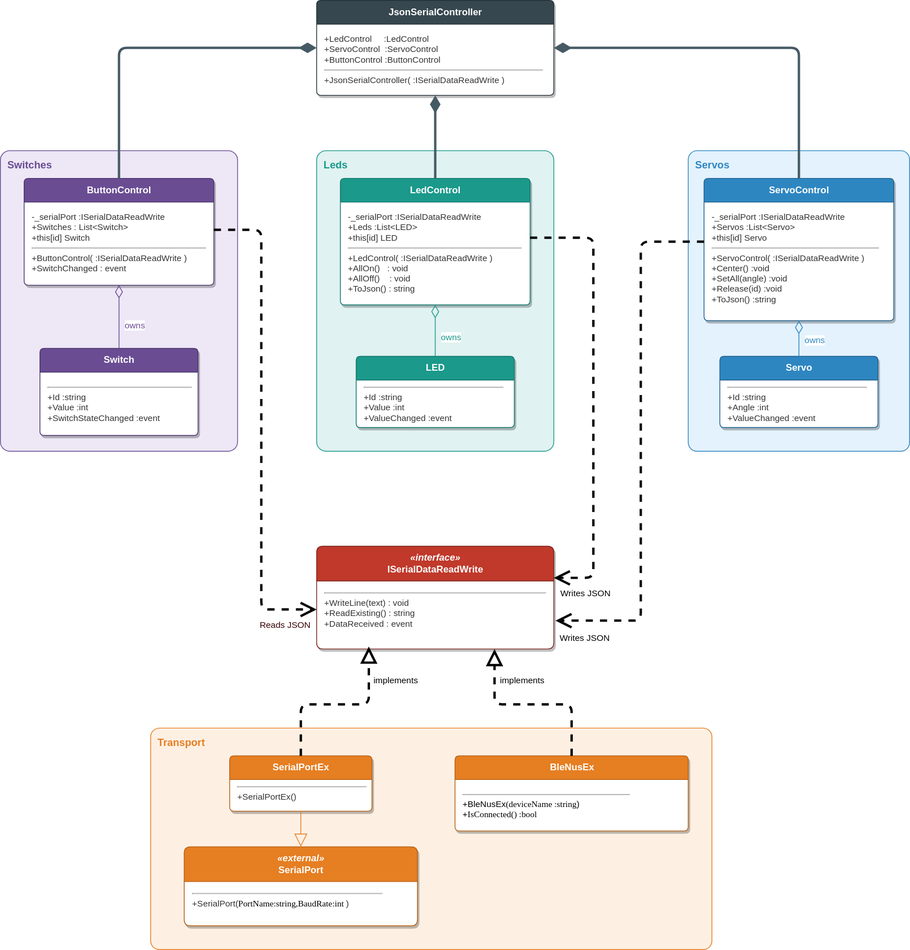
Above: SerialLedBtnLibEx/Images/ClassDiagram.svg in rlangoy/PB1151vSnippets (draw.io), before the change. Source tidied: cells renumbered, new cells last; positions are measured from the earlier drawing's top-left corner, leaving out a move shared by most shapes.
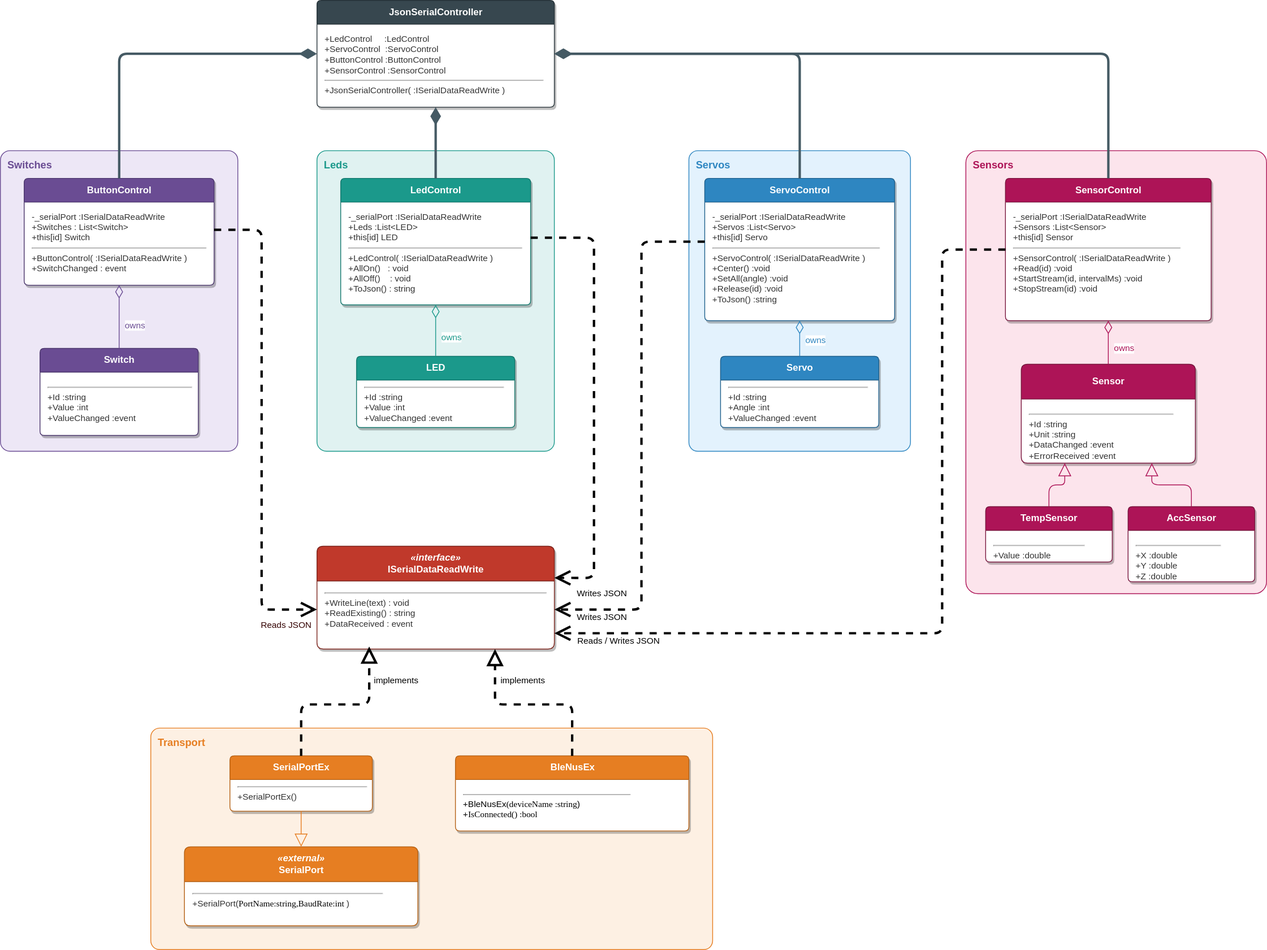
The same diagram one commit later.

Commit message:
Rename sensor event to DataChanged and fix serial receive data loss

What changed in the source:
```diff
@@ -15,10 +15,10 @@
       <mxGeometry x="190" y="920" width="710" height="280" as="geometry" />
     </mxCell>
     <mxCell id="6" value="JsonSerialController" style="swimlane;rounded=1;arcSize=6;html=1;startSize=30;fillColor=#37474F;strokeColor=#263238;fontColor=#ffffff;fontStyle=1;fontSize=12;align=center;verticalAlign=middle;swimlaneFillColor=#ffffff;shadow=1;" parent="1" vertex="1">
-      <mxGeometry x="400" width="300" height="120" as="geometry" />
+      <mxGeometry x="400" width="300" height="135" as="geometry" />
     </mxCell>
-    <mxCell id="7" value="+LedControl&amp;nbsp; &amp;nbsp; &amp;nbsp;:LedControl&lt;br&gt;+ServoControl&amp;nbsp; :ServoControl&lt;br&gt;+ButtonControl :ButtonControl&lt;hr size=&quot;&quot;&gt;+JsonSerialController( :ISerialDataReadWrite&amp;nbsp;)&amp;nbsp; &amp;nbsp; &amp;nbsp; &amp;nbsp; &amp;nbsp; &amp;nbsp; &amp;nbsp; &amp;nbsp;&amp;nbsp;" style="text;html=1;whiteSpace=wrap;align=left;verticalAlign=top;spacingLeft=8;spacingTop=6;spacingRight=6;fillColor=none;strokeColor=none;fontColor=#333333;fontSize=11;overflow=hidden;" parent="6" vertex="1">
-      <mxGeometry y="30" width="300" height="90" as="geometry" />
+    <mxCell id="7" value="+LedControl&amp;nbsp; &amp;nbsp; &amp;nbsp;:LedControl&lt;br&gt;+ServoControl&amp;nbsp; :ServoControl&lt;br&gt;+ButtonControl :ButtonControl&lt;br&gt;+SensorControl :SensorControl&lt;hr size=&quot;&quot;&gt;+JsonSerialController( :ISerialDataReadWrite&amp;nbsp;)&amp;nbsp; &amp;nbsp; &amp;nbsp; &amp;nbsp; &amp;nbsp; &amp;nbsp; &amp;nbsp; &amp;nbsp;&amp;nbsp;" style="text;html=1;whiteSpace=wrap;align=left;verticalAlign=top;spacingLeft=8;spacingTop=6;spacingRight=6;fillColor=none;strokeColor=none;fontColor=#333333;fontSize=11;overflow=hidden;" parent="6" vertex="1">
+      <mxGeometry y="30" width="300" height="105" as="geometry" />
     </mxCell>
     <mxCell id="8" value="ButtonControl" style="swimlane;rounded=1;arcSize=6;html=1;startSize=30;fillColor=#6A4C93;strokeColor=#4A356B;fontColor=#ffffff;fontStyle=1;fontSize=12;align=center;verticalAlign=middle;swimlaneFillColor=#ffffff;shadow=1;" parent="1" vertex="1">
       <mxGeometry x="30" y="225" width="240" height="135" as="geometry" />
@@ -29,7 +29,7 @@
     <mxCell id="10" value="Switch" style="swimlane;rounded=1;arcSize=6;html=1;startSize=30;fillColor=#6A4C93;strokeColor=#4A356B;fontColor=#ffffff;fontStyle=1;fontSize=12;align=center;verticalAlign=middle;swimlaneFillColor=#ffffff;shadow=1;" parent="1" vertex="1">
       <mxGeometry x="50" y="440" width="200" height="110" as="geometry" />
     </mxCell>
-    <mxCell id="11" value="&lt;hr&gt;+Id :string&amp;nbsp; &amp;nbsp; &amp;nbsp; &amp;nbsp; &amp;nbsp; &amp;nbsp; &amp;nbsp; &amp;nbsp; &amp;nbsp; &amp;nbsp; &amp;nbsp; &amp;nbsp; &amp;nbsp; &amp;nbsp; &amp;nbsp; &amp;nbsp; &amp;nbsp; &amp;nbsp; &amp;nbsp; &amp;nbsp; &amp;nbsp; &amp;nbsp;&amp;nbsp;&lt;br&gt;+Value :int&lt;br&gt;+SwitchStateChanged :event" style="text;html=1;whiteSpace=wrap;align=left;verticalAlign=top;spacingLeft=8;spacingTop=6;spacingRight=6;fillColor=none;strokeColor=none;fontColor=#333333;fontSize=11;overflow=hidden;" parent="10" vertex="1">
+    <mxCell id="11" value="&lt;hr&gt;+Id :string&amp;nbsp; &amp;nbsp; &amp;nbsp; &amp;nbsp; &amp;nbsp; &amp;nbsp; &amp;nbsp; &amp;nbsp; &amp;nbsp; &amp;nbsp; &amp;nbsp; &amp;nbsp; &amp;nbsp; &amp;nbsp; &amp;nbsp; &amp;nbsp; &amp;nbsp; &amp;nbsp; &amp;nbsp; &amp;nbsp; &amp;nbsp; &amp;nbsp;&amp;nbsp;&lt;br&gt;+Value :int&lt;br&gt;+ValueChanged&lt;span style=&quot;background-color: initial;&quot;&gt;&amp;nbsp;:event&lt;/span&gt;" style="text;html=1;whiteSpace=wrap;align=left;verticalAlign=top;spacingLeft=8;spacingTop=6;spacingRight=6;fillColor=none;strokeColor=none;fontColor=#333333;fontSize=11;overflow=hidden;" parent="10" vertex="1">
       <mxGeometry y="30" width="200" height="80" as="geometry" />
     </mxCell>
     <mxCell id="12" value="LedControl" style="swimlane;rounded=1;arcSize=6;html=1;startSize=30;fillColor=#1B998B;strokeColor=#12766B;fontColor=#ffffff;fontStyle=1;fontSize=12;align=center;verticalAlign=middle;swimlaneFillColor=#ffffff;shadow=1;" parent="1" vertex="1">
@@ -107,19 +107,20 @@
       </mxGeometry>
     </mxCell>
     <mxCell id="35" value="Writes JSON" style="endArrow=open;dashed=1;html=1;edgeStyle=orthogonalEdgeStyle;rounded=1;strokeColor=#000000;fontColor=#000000;fillColor=#76608a;strokeWidth=3;entryX=1;entryY=0.308;entryDx=0;entryDy=0;entryPerimeter=0;endSize=14;" parent="1" edge="1" source="12" target="26">
-      <mxGeometry x="0.86" y="20" relative="1" as="geometry">
+      <mxGeometry x="0.82" y="22" relative="1" as="geometry">
         <Array as="points">
           <mxPoint x="750" y="300" />
           <mxPoint x="750" y="730" />
         </Array>
+        <mxPoint x="10" y="-2" as="offset" />
       </mxGeometry>
     </mxCell>
-    <mxCell id="36" value="Writes JSON" style="endArrow=open;dashed=1;html=1;edgeStyle=orthogonalEdgeStyle;rounded=1;strokeColor=#050505;fontColor=#000000;strokeWidth=3;endSize=14;entryX=1.007;entryY=0.601;entryDx=0;entryDy=0;entryPerimeter=0;" parent="1" edge="1" source="16" target="27">
-      <mxGeometry x="0.89" y="22" relative="1" as="geometry">
+    <mxCell id="36" value="Writes JSON" style="endArrow=open;dashed=1;html=1;edgeStyle=orthogonalEdgeStyle;rounded=1;strokeColor=#050505;fontColor=#000000;strokeWidth=3;endSize=14;entryX=1;entryY=0.438;entryDx=0;entryDy=0;entryPerimeter=0;" parent="1" edge="1" source="16" target="27">
+      <mxGeometry x="0.82" y="10" relative="1" as="geometry">
         <Array as="points">
           <mxPoint x="810" y="305" />
-          <mxPoint x="810" y="784" />
-          <mxPoint x="702" y="784" />
+          <mxPoint x="810" y="770" />
+          <mxPoint x="700" y="770" />
         </Array>
       </mxGeometry>
     </mxCell>
@@ -142,5 +143,52 @@
     <mxCell id="39" style="endArrow=block;endFill=0;html=1;edgeStyle=orthogonalEdgeStyle;rounded=1;strokeColor=#E67E22;endSize=14;" parent="1" edge="1" source="20" target="22">
       <mxGeometry relative="1" as="geometry" />
     </mxCell>
+    <mxCell id="40" value="&amp;nbsp; Sensors" style="rounded=1;arcSize=4;html=1;verticalAlign=top;align=left;fontStyle=1;fontSize=13;fillColor=#FCE4EC;strokeColor=#AD1457;fontColor=#AD1457;dashed=0;spacingTop=4;" parent="1" vertex="1">
+      <mxGeometry x="1220" y="190" width="380" height="560" as="geometry" />
+    </mxCell>
+    <mxCell id="41" value="SensorControl" style="swimlane;rounded=1;arcSize=6;html=1;startSize=30;fillColor=#AD1457;strokeColor=#78173E;fontColor=#ffffff;fontStyle=1;fontSize=12;align=center;verticalAlign=middle;swimlaneFillColor=#ffffff;shadow=1;" parent="1" vertex="1">
+      <mxGeometry x="1270" y="225" width="260" height="180" as="geometry" />
+    </mxCell>
+    <mxCell id="42" value="-_serialPort :ISerialDataReadWrite&lt;br&gt;+Sensors :List&amp;lt;Sensor&amp;gt;&lt;br&gt;+this[id] Sensor&lt;hr size=&quot;&quot;&gt;+SensorControl( :ISerialDataReadWrite )&amp;nbsp; &amp;nbsp;&amp;nbsp;&lt;br&gt;+Read(id) :void&lt;br&gt;+StartStream(id, intervalMs) :void&lt;br&gt;+StopStream(id) :void&lt;br&gt;" style="text;html=1;whiteSpace=wrap;align=left;verticalAlign=top;spacingLeft=8;spacingTop=6;spacingRight=6;fillColor=none;strokeColor=none;fontColor=#333333;fontSize=11;overflow=hidden;" parent="41" vertex="1">
+      <mxGeometry y="30" width="260" height="150" as="geometry" />
+    </mxCell>
+    <mxCell id="43" value="Sensor" style="swimlane;rounded=1;arcSize=6;html=1;startSize=44;fillColor=#AD1457;strokeColor=#78173E;fontColor=#ffffff;fontStyle=1;fontSize=12;align=center;verticalAlign=middle;swimlaneFillColor=#ffffff;shadow=1;" parent="1" vertex="1">
+      <mxGeometry x="1290" y="460" width="220" height="125" as="geometry" />
+    </mxCell>
+    <mxCell id="44" value="&lt;hr&gt;+Id :string&amp;nbsp; &amp;nbsp; &amp;nbsp; &amp;nbsp; &amp;nbsp; &amp;nbsp; &amp;nbsp; &amp;nbsp; &amp;nbsp; &amp;nbsp; &amp;nbsp; &amp;nbsp; &amp;nbsp; &amp;nbsp; &amp;nbsp; &amp;nbsp; &amp;nbsp; &amp;nbsp; &amp;nbsp; &amp;nbsp; &amp;nbsp; &amp;nbsp;&amp;nbsp;&lt;br&gt;+Unit :string&lt;br&gt;+DataChanged :event&lt;br&gt;+ErrorReceived :event" style="text;html=1;whiteSpace=wrap;align=left;verticalAlign=top;spacingLeft=8;spacingTop=6;spacingRight=6;fillColor=none;strokeColor=none;fontColor=#333333;fontSize=11;overflow=hidden;" parent="43" vertex="1">
+      <mxGeometry y="44" width="220" height="81" as="geometry" />
+    </mxCell>
+    <mxCell id="45" value="TempSensor" style="swimlane;rounded=1;arcSize=6;html=1;startSize=30;fillColor=#AD1457;strokeColor=#78173E;fontColor=#ffffff;fontStyle=1;fontSize=12;align=center;verticalAlign=middle;swimlaneFillColor=#ffffff;shadow=1;" parent="1" vertex="1">
+      <mxGeometry x="1245" y="640" width="160" height="70" as="geometry" />
+    </mxCell>
+    <mxCell id="46" value="&lt;hr&gt;+Value :double&amp;nbsp; &amp;nbsp; &amp;nbsp; &amp;nbsp; &amp;nbsp; &amp;nbsp; &amp;nbsp;&amp;nbsp;" style="text;html=1;whiteSpace=wrap;align=left;verticalAlign=top;spacingLeft=8;spacingTop=6;spacingRight=6;fillColor=none;strokeColor=none;fontColor=#333333;fontSize=11;overflow=hidden;" parent="45" vertex="1">
+      <mxGeometry y="30" width="160" height="40" as="geometry" />
+    </mxCell>
+    <mxCell id="47" value="AccSensor" style="swimlane;rounded=1;arcSize=6;html=1;startSize=30;fillColor=#AD1457;strokeColor=#78173E;fontColor=#ffffff;fontStyle=1;fontSize=12;align=center;verticalAlign=middle;swimlaneFillColor=#ffffff;shadow=1;" parent="1" vertex="1">
+      <mxGeometry x="1425" y="640" width="160" height="95" as="geometry" />
+    </mxCell>
+    <mxCell id="48" value="&lt;hr&gt;+X :double&amp;nbsp; &amp;nbsp; &amp;nbsp; &amp;nbsp; &amp;nbsp; &amp;nbsp; &amp;nbsp; &amp;nbsp; &amp;nbsp;&amp;nbsp;&lt;br&gt;+Y :double&lt;br&gt;+Z :double" style="text;html=1;whiteSpace=wrap;align=left;verticalAlign=top;spacingLeft=8;spacingTop=6;spacingRight=6;fillColor=none;strokeColor=none;fontColor=#333333;fontSize=11;overflow=hidden;" parent="47" vertex="1">
+      <mxGeometry y="30" width="160" height="65" as="geometry" />
+    </mxCell>
+    <mxCell id="49" style="endArrow=none;startArrow=diamondThin;startFill=1;html=1;edgeStyle=orthogonalEdgeStyle;rounded=1;strokeColor=#455A64;strokeWidth=3;startSize=14;" parent="1" edge="1" source="6" target="41">
+      <mxGeometry relative="1" as="geometry" />
+    </mxCell>
+    <mxCell id="50" value="owns" style="endArrow=none;startArrow=diamondThin;startFill=0;html=1;edgeStyle=orthogonalEdgeStyle;rounded=1;strokeColor=#AD1457;fontColor=#AD1457;startSize=14;" parent="1" edge="1" source="41" target="43">
+      <mxGeometry x="0.27" y="20" relative="1" as="geometry" />
+    </mxCell>
+    <mxCell id="51" style="endArrow=block;endFill=0;html=1;edgeStyle=orthogonalEdgeStyle;rounded=1;strokeColor=#AD1457;endSize=14;exitX=0.5;exitY=0;exitDx=0;exitDy=0;entryX=0.25;entryY=1;entryDx=0;entryDy=0;" parent="1" edge="1" source="45" target="43">
+      <mxGeometry relative="1" as="geometry" />
+    </mxCell>
+    <mxCell id="52" style="endArrow=block;endFill=0;html=1;edgeStyle=orthogonalEdgeStyle;rounded=1;strokeColor=#AD1457;endSize=14;exitX=0.5;exitY=0;exitDx=0;exitDy=0;entryX=0.75;entryY=1;entryDx=0;entryDy=0;" parent="1" edge="1" source="47" target="43">
+      <mxGeometry relative="1" as="geometry" />
+    </mxCell>
+    <mxCell id="53" value="Reads / Writes JSON" style="endArrow=open;dashed=1;html=1;edgeStyle=orthogonalEdgeStyle;rounded=1;strokeColor=#000000;fontColor=#000000;strokeWidth=3;endSize=14;exitX=0;exitY=0.5;exitDx=0;exitDy=0;" parent="1" edge="1" source="41" target="26">
+      <mxGeometry x="0.85" y="10" relative="1" as="geometry">
+        <Array as="points">
+          <mxPoint x="1190" y="315" />
+          <mxPoint x="1190" y="800" />
+        </Array>
+      </mxGeometry>
+    </mxCell>
   </root>
 </mxGraphModel>
```
